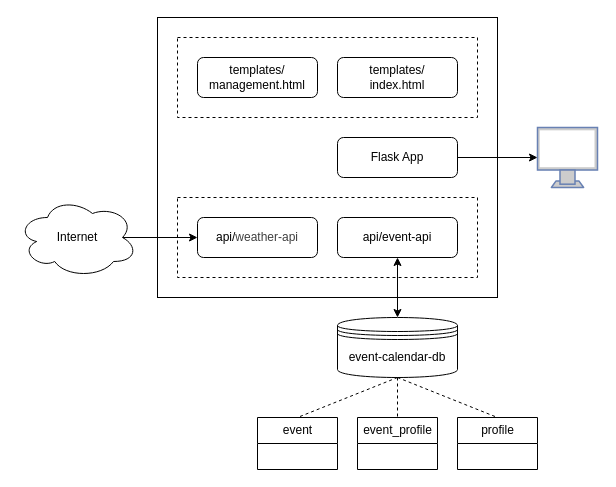
Above: diagrams/architecture.drawio in cindracindra/weatherwise-planner (draw.io), before the change. Source tidied: cells renumbered, new cells numbered last; positions are measured from the earlier drawing's top-left corner, leaving out a move shared by most shapes. Both pictures are drawn from the tidied source at 100%, with x=0, y=0 at pixel (17, 17).
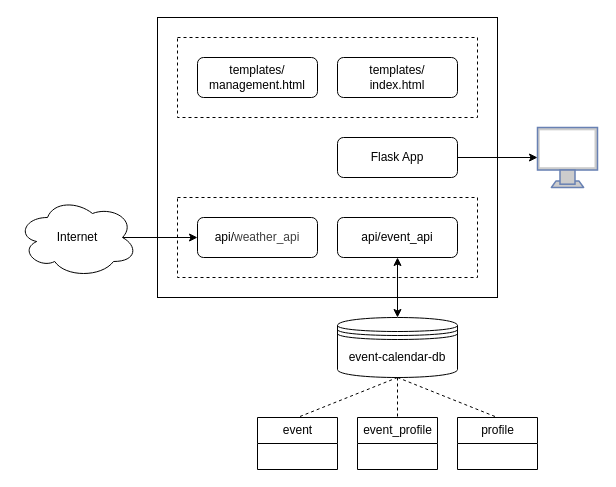
After the change.

What changed in the source:
```diff
@@
-    <mxCell id="13" value="api/event-api" style="rounded=1;whiteSpace=wrap;html=1;" parent="1" vertex="1">
+    <mxCell id="13" value="api/event_api" style="rounded=1;whiteSpace=wrap;html=1;" parent="1" vertex="1">
       <mxGeometry x="320" y="200" width="120" height="40" as="geometry" />
     </mxCell>
-    <mxCell id="14" value="api/&lt;span style=&quot;color: rgb(63, 63, 63); background-color: transparent;&quot;&gt;weather-api&lt;/span&gt;" style="rounded=1;whiteSpace=wrap;html=1;" parent="1" vertex="1">
+    <mxCell id="14" value="api/&lt;span style=&quot;color: rgb(63, 63, 63); background-color: transparent;&quot;&gt;weather_api&lt;/span&gt;" style="rounded=1;whiteSpace=wrap;html=1;" parent="1" vertex="1">
       <mxGeometry x="180" y="200" width="120" height="40" as="geometry" />
     </mxCell>
```
